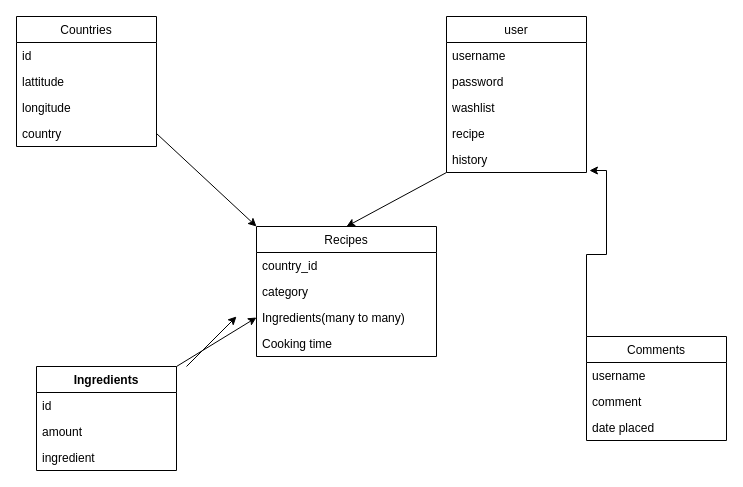
Earlier version of the draw.io diagram Untitled Diagram.drawio (GijsdeJongh/test). Source tidied: cells renumbered, new cells numbered last; positions are measured from the earlier drawing's top-left corner, leaving out a move shared by most shapes. Both pictures are drawn from the tidied source at 100%, with x=0, y=0 at pixel (16, 16).
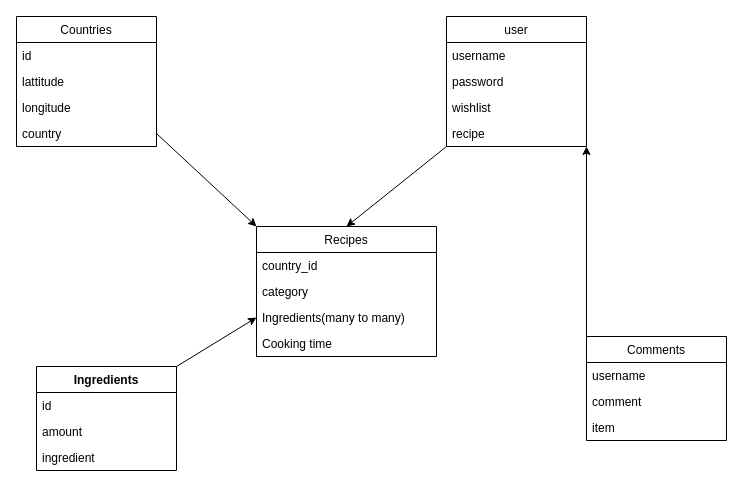
The same page after the edit.

The change refers to these unchanged cells:
```xml
<mxCell id="26" value="Comments" style="swimlane;fontStyle=0;horizontal=1;startSize=26;fillColor=none;" parent="1" vertex="1">
  <mxGeometry x="570" y="320" width="140" height="104" as="geometry" />
</mxCell>
```

Diff of the diagram source:
```diff
@@
     <mxCell id="13" value="user" style="swimlane;fontStyle=0;horizontal=1;startSize=26;fillColor=none;" parent="1" vertex="1">
-      <mxGeometry x="430" width="140" height="156" as="geometry" />
+      <mxGeometry x="430" width="140" height="130" as="geometry" />
     </mxCell>
@@
-    <mxCell id="16" value="washlist" style="text;strokeColor=none;fillColor=none;align=left;verticalAlign=top;spacingLeft=4;spacingRight=4;overflow=hidden;" parent="13" vertex="1">
+    <mxCell id="16" value="wishlist" style="text;strokeColor=none;fillColor=none;align=left;verticalAlign=top;spacingLeft=4;spacingRight=4;overflow=hidden;" parent="13" vertex="1">
       <mxGeometry y="78" width="140" height="26" as="geometry" />
     </mxCell>
@@
-    <mxCell id="18" value="history" style="text;strokeColor=none;fillColor=none;align=left;verticalAlign=top;spacingLeft=4;spacingRight=4;overflow=hidden;points=[[0,0.5],[1,0.5]];portConstraint=eastwest;" parent="13" vertex="1">
-      <mxGeometry y="130" width="140" height="26" as="geometry" />
-    </mxCell>
@@
-    <mxCell id="25" style="edgeStyle=orthogonalEdgeStyle;rounded=0;jettySize=auto;html=1;exitX=0;exitY=0;exitDx=0;exitDy=0;entryX=1.021;entryY=0.923;entryDx=0;entryDy=0;entryPerimeter=0;" parent="1" edge="1" source="26" target="18">
+    <mxCell id="25" style="edgeStyle=orthogonalEdgeStyle;rounded=0;jettySize=auto;html=1;exitX=0;exitY=0;exitDx=0;exitDy=0;entryX=1;entryY=1;entryDx=0;entryDy=0;" parent="1" edge="1" source="26" target="13">
       <mxGeometry relative="1" as="geometry" />
     </mxCell>
@@
-    <mxCell id="29" value="date placed" style="text;strokeColor=none;fillColor=none;align=left;verticalAlign=top;spacingLeft=4;spacingRight=4;overflow=hidden;" parent="26" vertex="1">
+    <mxCell id="29" value="item" style="text;strokeColor=none;fillColor=none;align=left;verticalAlign=top;spacingLeft=4;spacingRight=4;overflow=hidden;" parent="26" vertex="1">
       <mxGeometry y="78" width="140" height="26" as="geometry" />
     </mxCell>
-    <mxCell id="30" style="endArrow=classic;html=1;" parent="1" edge="1">
-      <mxGeometry relative="1" as="geometry">
-        <mxPoint x="170" y="350" as="sourcePoint" />
-        <mxPoint x="220" y="300" as="targetPoint" />
-      </mxGeometry>
-    </mxCell>
```
